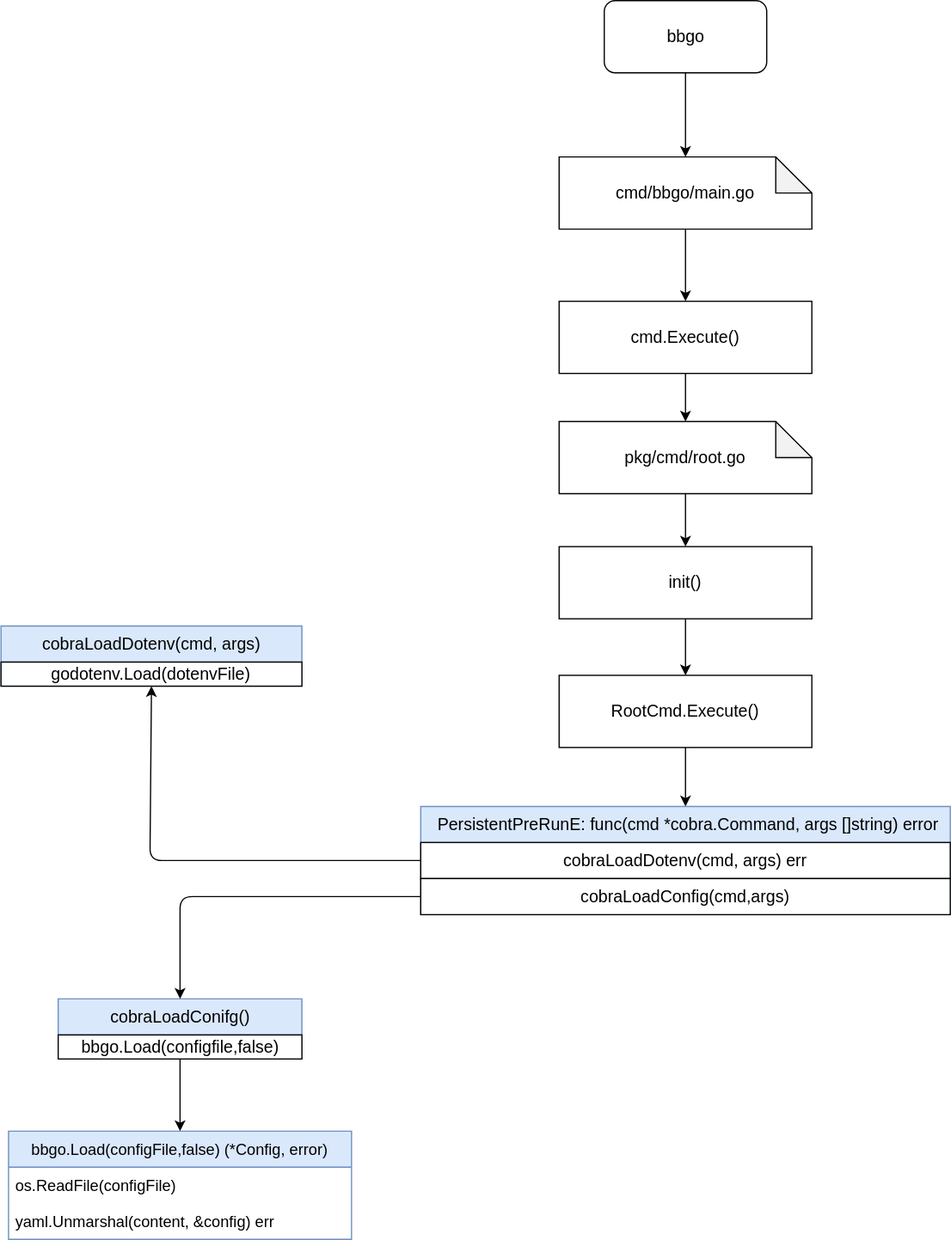
Before: learn_bbgo_with_func/flow_chart/bbgo.drawio.svg, a diagram exported from draw.io (Kozphy/go_learn). Source tidied: cells renumbered, new cells last; positions are measured from the earlier drawing's top-left corner, leaving out a move shared by most shapes.
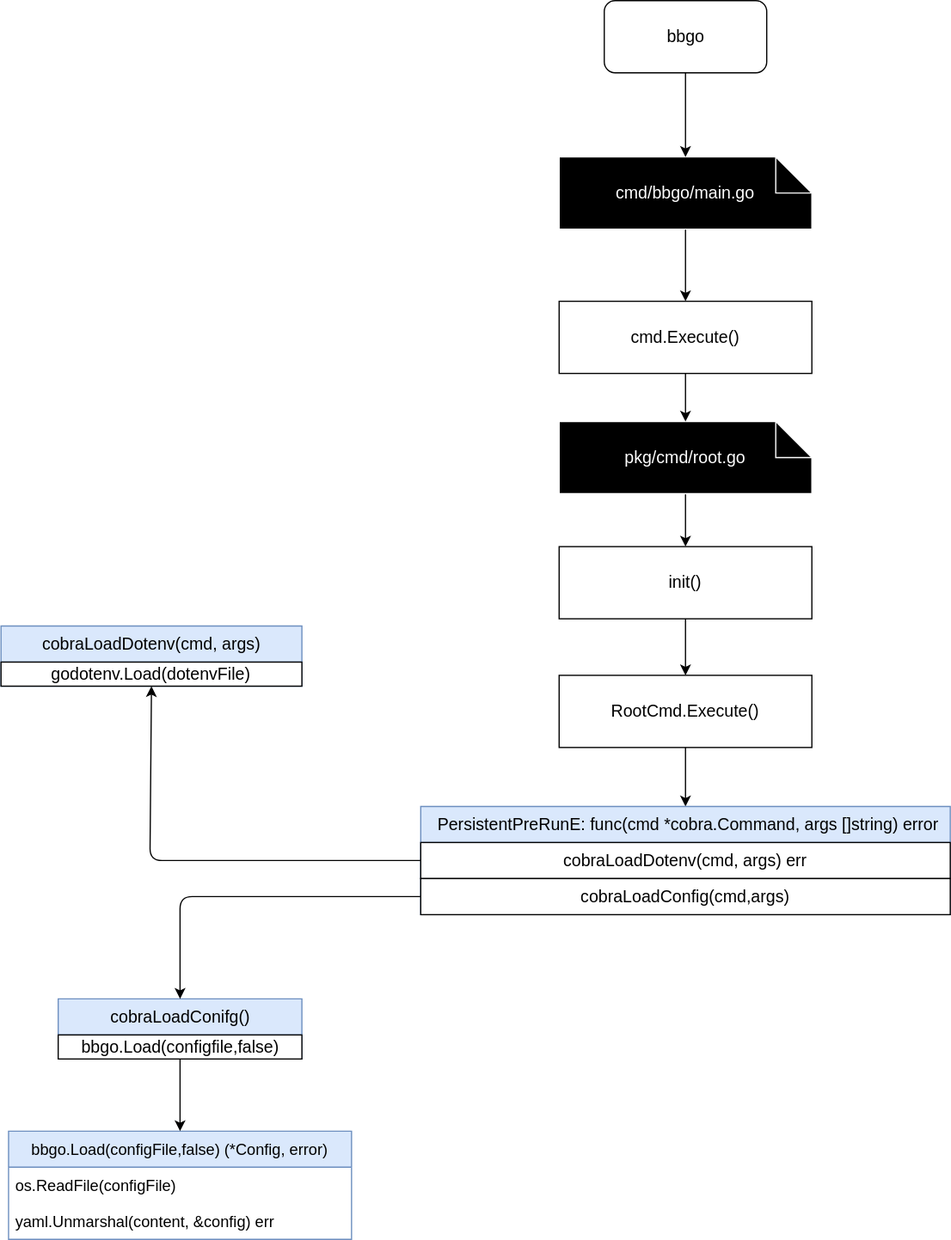
Above is the later version.

The edit, as a diff of the source:
```diff
@@ -5,13 +5,13 @@
     <mxCell id="2" style="edgeStyle=orthogonalEdgeStyle;rounded=0;jettySize=auto;html=1;" parent="1" edge="1" source="3" target="26">
       <mxGeometry relative="1" as="geometry" />
     </mxCell>
-    <mxCell id="3" value="cmd/bbgo/main.go" style="shape=note;whiteSpace=wrap;html=1;backgroundOutline=1;darkOpacity=0.05;fontFamily=Helvetica;fontSize=14;fontColor=default;align=center;strokeColor=default;fillColor=default;" parent="1" vertex="1">
+    <mxCell id="3" value="cmd/bbgo/main.go" style="shape=note;whiteSpace=wrap;html=1;backgroundOutline=1;darkOpacity=0.05;fontFamily=Helvetica;fontSize=14;fontColor=#FFFFFF;align=center;strokeColor=#FFFFFF;fillColor=#000000;" parent="1" vertex="1">
       <mxGeometry x="464" y="130" width="210" height="60" as="geometry" />
     </mxCell>
     <mxCell id="4" style="edgeStyle=orthogonalEdgeStyle;rounded=0;jettySize=auto;html=1;" parent="1" edge="1" source="5" target="7">
       <mxGeometry relative="1" as="geometry" />
     </mxCell>
-    <mxCell id="5" value="pkg/cmd/root.go" style="shape=note;whiteSpace=wrap;html=1;backgroundOutline=1;darkOpacity=0.05;fontFamily=Helvetica;fontSize=14;fontColor=default;align=center;strokeColor=default;fillColor=default;" parent="1" vertex="1">
+    <mxCell id="5" value="pkg/cmd/root.go" style="shape=note;whiteSpace=wrap;html=1;backgroundOutline=1;darkOpacity=0.05;fontFamily=Helvetica;fontSize=14;fontColor=#FFFFFF;align=center;strokeColor=#FFFFFF;fillColor=#000000;" parent="1" vertex="1">
       <mxGeometry x="464" y="350" width="210" height="60" as="geometry" />
     </mxCell>
     <mxCell id="6" style="edgeStyle=none;html=1;fontSize=14;" parent="1" edge="1" source="7" target="9">
```
